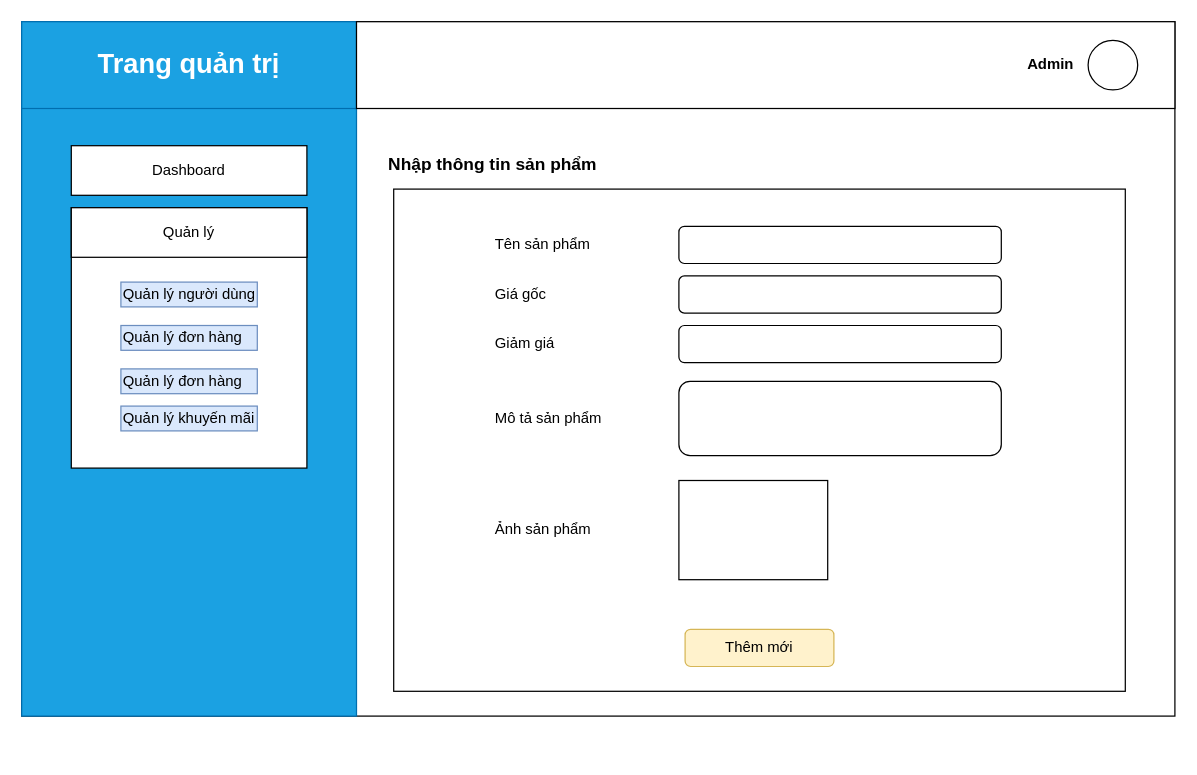
nguyenphamvan/datn_20202 keeps this draw.io diagram as mockup-fe/mockup-created-update-product-admin.drawio. Above is the earlier version. Source tidied: cells renumbered, new cells numbered last; positions are measured from the earlier drawing's top-left corner, leaving out a move shared by most shapes. Both pictures are drawn from the tidied source at 124%, with x=0, y=0 at pixel (21, 21).
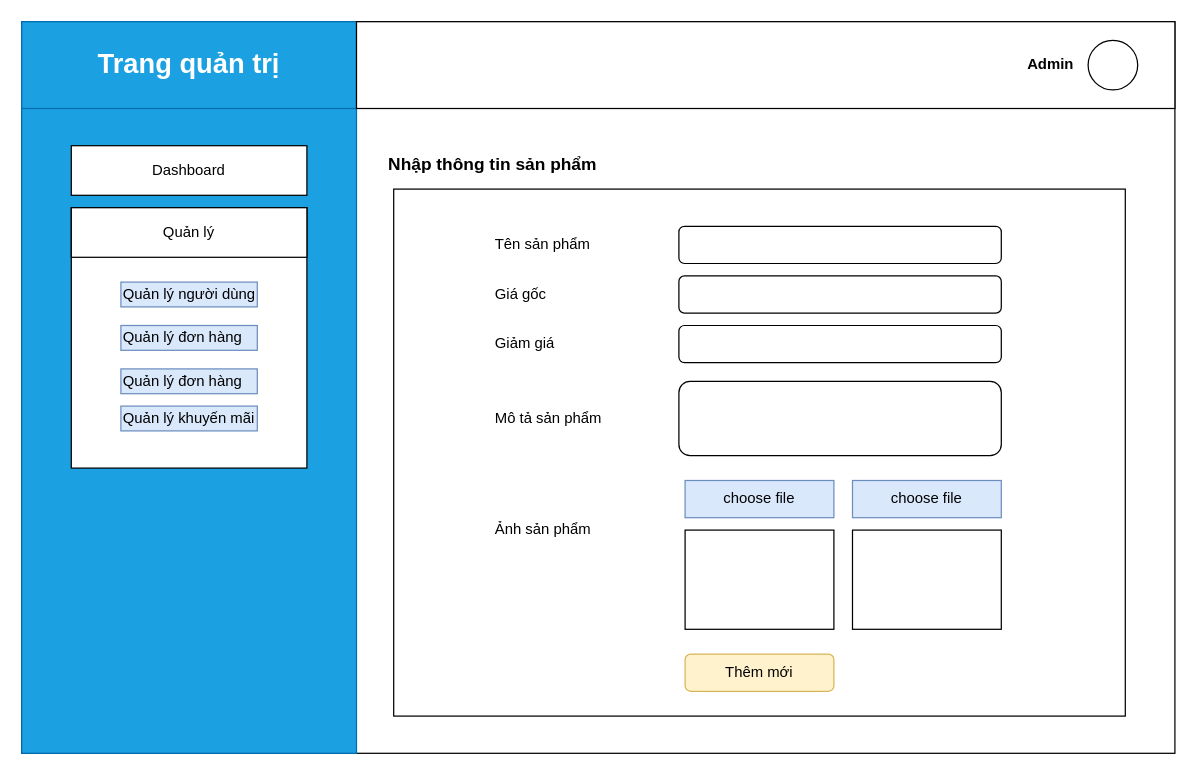
The same page after the edit.

Change to the diagram source:
```diff
@@
     <mxCell id="2" style="rounded=0;whiteSpace=wrap;html=1;" parent="1" vertex="1">
-      <mxGeometry width="930" height="560" as="geometry" />
+      <mxGeometry width="930" height="590" as="geometry" />
     </mxCell>
     <mxCell id="3" style="rounded=0;whiteSpace=wrap;html=1;fillColor=#1ba1e2;strokeColor=#006EAF;fontColor=#ffffff;" parent="1" vertex="1">
-      <mxGeometry width="270" height="560" as="geometry" />
+      <mxGeometry width="270" height="590" as="geometry" />
     </mxCell>
@@
     <mxCell id="12" style="rounded=0;whiteSpace=wrap;html=1;" parent="1" vertex="1">
-      <mxGeometry x="300" y="135" width="590" height="405" as="geometry" />
+      <mxGeometry x="300" y="135" width="590" height="425" as="geometry" />
     </mxCell>
@@
     <mxCell id="26" style="rounded=0;whiteSpace=wrap;html=1;" parent="1" vertex="1">
-      <mxGeometry x="530" y="370" width="120" height="80" as="geometry" />
+      <mxGeometry x="535" y="410" width="120" height="80" as="geometry" />
     </mxCell>
     <mxCell id="27" value="Thêm mới" style="rounded=1;whiteSpace=wrap;html=1;fillColor=#fff2cc;strokeColor=#d6b656;" parent="1" vertex="1">
-      <mxGeometry x="535" y="490" width="120" height="30" as="geometry" />
+      <mxGeometry x="535" y="510" width="120" height="30" as="geometry" />
     </mxCell>
+    <mxCell id="28" style="rounded=0;whiteSpace=wrap;html=1;" parent="1" vertex="1">
+      <mxGeometry x="670" y="410" width="120" height="80" as="geometry" />
+    </mxCell>
+    <mxCell id="29" value="choose file" style="rounded=0;whiteSpace=wrap;html=1;fillColor=#dae8fc;strokeColor=#6c8ebf;" parent="1" vertex="1">
+      <mxGeometry x="535" y="370" width="120" height="30" as="geometry" />
+    </mxCell>
+    <mxCell id="30" value="choose file" style="rounded=0;whiteSpace=wrap;html=1;fillColor=#dae8fc;strokeColor=#6c8ebf;" parent="1" vertex="1">
+      <mxGeometry x="670" y="370" width="120" height="30" as="geometry" />
+    </mxCell>
```
